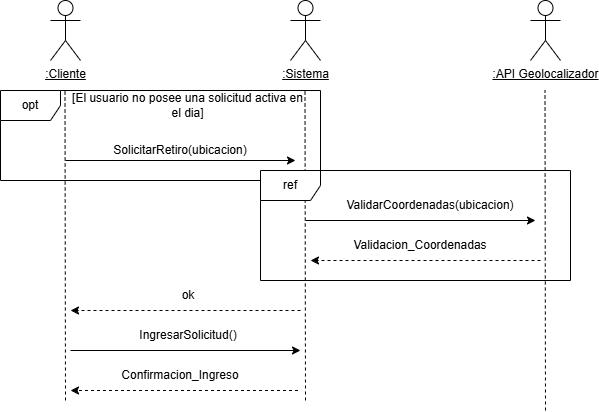
Before: Entrega1/Practica4(DSS)/DSS.drawio.png, a diagram exported from draw.io (MattelXD/Proyecto-Ingenieria-software-I). Source tidied: cells renumbered, new cells last; positions are measured from the earlier drawing's top-left corner, leaving out a move shared by most shapes. Its diagram source:
```xml
<mxGraphModel>
  <root>
    <mxCell id="0" />
    <mxCell id="1" parent="0" />
    <mxCell id="2" value="&lt;u&gt;:Cliente&lt;/u&gt;" style="shape=umlActor;verticalLabelPosition=bottom;verticalAlign=top;html=1;" parent="1" vertex="1">
      <mxGeometry x="50" width="30" height="60" as="geometry" />
    </mxCell>
    <mxCell id="3" value="&lt;u&gt;:Sistema&lt;/u&gt;" style="shape=umlActor;verticalLabelPosition=bottom;verticalAlign=top;html=1;" parent="1" vertex="1">
      <mxGeometry x="290" width="30" height="60" as="geometry" />
    </mxCell>
    <mxCell id="4" value="&lt;u&gt;:API Geolocalizador&lt;/u&gt;" style="shape=umlActor;verticalLabelPosition=bottom;verticalAlign=top;html=1;" parent="1" vertex="1">
      <mxGeometry x="530" width="30" height="60" as="geometry" />
    </mxCell>
    <mxCell id="5" style="endArrow=none;dashed=1;html=1;rounded=0;" parent="1" edge="1">
      <mxGeometry relative="1" as="geometry">
        <mxPoint x="65" y="400" as="sourcePoint" />
        <mxPoint x="64.5" y="90" as="targetPoint" />
      </mxGeometry>
    </mxCell>
    <mxCell id="6" style="endArrow=none;dashed=1;html=1;rounded=0;" parent="1" edge="1">
      <mxGeometry relative="1" as="geometry">
        <mxPoint x="305" y="400" as="sourcePoint" />
        <mxPoint x="304.5" y="90" as="targetPoint" />
      </mxGeometry>
    </mxCell>
    <mxCell id="7" style="endArrow=none;dashed=1;html=1;rounded=0;" parent="1" edge="1">
      <mxGeometry relative="1" as="geometry">
        <mxPoint x="545" y="410" as="sourcePoint" />
        <mxPoint x="544.5" y="90" as="targetPoint" />
      </mxGeometry>
    </mxCell>
    <mxCell id="8" style="endArrow=classic;html=1;rounded=0;" parent="1" edge="1">
      <mxGeometry relative="1" as="geometry">
        <mxPoint x="65" y="160" as="sourcePoint" />
        <mxPoint x="295" y="160" as="targetPoint" />
      </mxGeometry>
    </mxCell>
    <mxCell id="9" value="SolicitarRetiro(ubicacion)" style="text;html=1;whiteSpace=wrap;strokeColor=none;fillColor=none;align=center;verticalAlign=middle;rounded=0;" parent="1" vertex="1">
      <mxGeometry x="150" y="140" width="60" height="20" as="geometry" />
    </mxCell>
    <mxCell id="10" style="endArrow=classic;html=1;rounded=0;" parent="1" edge="1">
      <mxGeometry relative="1" as="geometry">
        <mxPoint x="305" y="220" as="sourcePoint" />
        <mxPoint x="535" y="220" as="targetPoint" />
      </mxGeometry>
    </mxCell>
    <mxCell id="11" value="ValidarCoordenadas(ubicacion)" style="text;html=1;whiteSpace=wrap;strokeColor=none;fillColor=none;align=center;verticalAlign=middle;rounded=0;" parent="1" vertex="1">
      <mxGeometry x="400" y="190" width="60" height="30" as="geometry" />
    </mxCell>
    <mxCell id="12" style="endArrow=classic;html=1;rounded=0;dashed=1;" parent="1" edge="1">
      <mxGeometry relative="1" as="geometry">
        <mxPoint x="540" y="260" as="sourcePoint" />
        <mxPoint x="310" y="260" as="targetPoint" />
      </mxGeometry>
    </mxCell>
    <mxCell id="13" value="Validacion_Coordenadas" style="text;html=1;whiteSpace=wrap;strokeColor=none;fillColor=none;align=center;verticalAlign=middle;rounded=0;" parent="1" vertex="1">
      <mxGeometry x="330" y="230" width="180" height="30" as="geometry" />
    </mxCell>
    <mxCell id="14" style="endArrow=classic;html=1;rounded=0;dashed=1;" parent="1" edge="1">
      <mxGeometry relative="1" as="geometry">
        <mxPoint x="300" y="310" as="sourcePoint" />
        <mxPoint x="70" y="310" as="targetPoint" />
      </mxGeometry>
    </mxCell>
    <mxCell id="15" value="ok" style="text;html=1;whiteSpace=wrap;strokeColor=none;fillColor=none;align=center;verticalAlign=middle;rounded=0;" parent="1" vertex="1">
      <mxGeometry x="157.5" y="280" width="60" height="30" as="geometry" />
    </mxCell>
    <mxCell id="16" style="endArrow=classic;html=1;rounded=0;" parent="1" edge="1">
      <mxGeometry relative="1" as="geometry">
        <mxPoint x="70" y="350" as="sourcePoint" />
        <mxPoint x="300" y="350" as="targetPoint" />
      </mxGeometry>
    </mxCell>
    <mxCell id="17" value="IngresarSolicitud()" style="text;html=1;whiteSpace=wrap;strokeColor=none;fillColor=none;align=center;verticalAlign=middle;rounded=0;" parent="1" vertex="1">
      <mxGeometry x="157.5" y="320" width="60" height="30" as="geometry" />
    </mxCell>
    <mxCell id="18" value="opt" style="shape=umlFrame;whiteSpace=wrap;html=1;" parent="1" vertex="1">
      <mxGeometry y="90" width="320" height="90" as="geometry" />
    </mxCell>
    <mxCell id="19" value="[El usuario no posee una solicitud activa en el dia]" style="text;html=1;whiteSpace=wrap;strokeColor=none;fillColor=none;align=center;verticalAlign=middle;rounded=0;" parent="1" vertex="1">
      <mxGeometry x="70" y="90" width="235" height="30" as="geometry" />
    </mxCell>
    <mxCell id="20" value="ref" style="shape=umlFrame;whiteSpace=wrap;html=1;" parent="1" vertex="1">
      <mxGeometry x="260" y="170" width="310" height="110" as="geometry" />
    </mxCell>
    <mxCell id="21" style="endArrow=classic;html=1;rounded=0;dashed=1;" parent="1" edge="1">
      <mxGeometry relative="1" as="geometry">
        <mxPoint x="297.5" y="390" as="sourcePoint" />
        <mxPoint x="70" y="390" as="targetPoint" />
      </mxGeometry>
    </mxCell>
    <mxCell id="22" value="Confirmacion_Ingreso" style="text;html=1;whiteSpace=wrap;strokeColor=none;fillColor=none;align=center;verticalAlign=middle;rounded=0;" parent="1" vertex="1">
      <mxGeometry x="150" y="360" width="60" height="30" as="geometry" />
    </mxCell>
  </root>
</mxGraphModel>
```
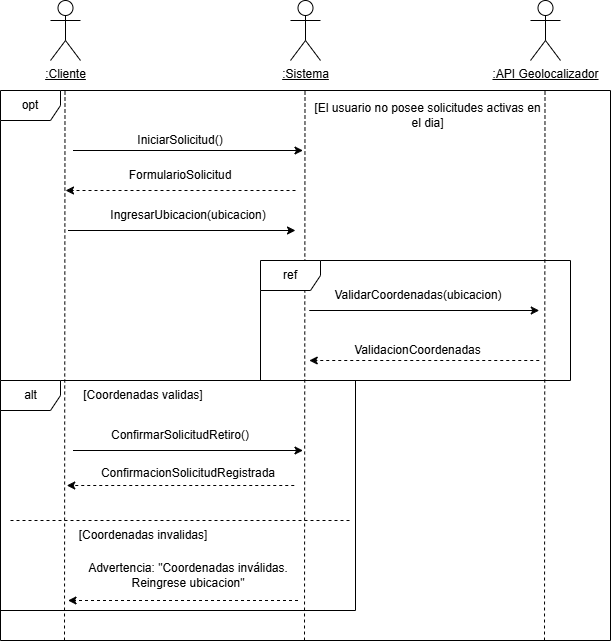
After the commit.

Commit message:
DSS actualizado ahora si

What changed in the source:
```diff
@@ -13,84 +13,117 @@
     </mxCell>
     <mxCell id="5" style="endArrow=none;dashed=1;html=1;rounded=0;" parent="1" edge="1">
       <mxGeometry relative="1" as="geometry">
-        <mxPoint x="65" y="400" as="sourcePoint" />
+        <mxPoint x="64" y="640" as="sourcePoint" />
         <mxPoint x="64.5" y="90" as="targetPoint" />
       </mxGeometry>
     </mxCell>
     <mxCell id="6" style="endArrow=none;dashed=1;html=1;rounded=0;" parent="1" edge="1">
       <mxGeometry relative="1" as="geometry">
-        <mxPoint x="305" y="400" as="sourcePoint" />
+        <mxPoint x="304" y="640" as="sourcePoint" />
         <mxPoint x="304.5" y="90" as="targetPoint" />
       </mxGeometry>
     </mxCell>
     <mxCell id="7" style="endArrow=none;dashed=1;html=1;rounded=0;" parent="1" edge="1">
       <mxGeometry relative="1" as="geometry">
-        <mxPoint x="545" y="410" as="sourcePoint" />
+        <mxPoint x="544" y="640" as="sourcePoint" />
         <mxPoint x="544.5" y="90" as="targetPoint" />
       </mxGeometry>
     </mxCell>
     <mxCell id="8" style="endArrow=classic;html=1;rounded=0;" parent="1" edge="1">
       <mxGeometry relative="1" as="geometry">
-        <mxPoint x="65" y="160" as="sourcePoint" />
-        <mxPoint x="295" y="160" as="targetPoint" />
+        <mxPoint x="72.5" y="150" as="sourcePoint" />
+        <mxPoint x="302.5" y="150" as="targetPoint" />
       </mxGeometry>
     </mxCell>
-    <mxCell id="9" value="SolicitarRetiro(ubicacion)" style="text;html=1;whiteSpace=wrap;strokeColor=none;fillColor=none;align=center;verticalAlign=middle;rounded=0;" parent="1" vertex="1">
-      <mxGeometry x="150" y="140" width="60" height="20" as="geometry" />
+    <mxCell id="9" value="IniciarSolicitud()" style="text;html=1;whiteSpace=wrap;strokeColor=none;fillColor=none;align=center;verticalAlign=middle;rounded=0;" parent="1" vertex="1">
+      <mxGeometry x="150" y="130" width="60" height="20" as="geometry" />
     </mxCell>
     <mxCell id="10" style="endArrow=classic;html=1;rounded=0;" parent="1" edge="1">
       <mxGeometry relative="1" as="geometry">
-        <mxPoint x="305" y="220" as="sourcePoint" />
-        <mxPoint x="535" y="220" as="targetPoint" />
+        <mxPoint x="308.8" y="310" as="sourcePoint" />
+        <mxPoint x="538.8" y="310" as="targetPoint" />
       </mxGeometry>
     </mxCell>
     <mxCell id="11" value="ValidarCoordenadas(ubicacion)" style="text;html=1;whiteSpace=wrap;strokeColor=none;fillColor=none;align=center;verticalAlign=middle;rounded=0;" parent="1" vertex="1">
-      <mxGeometry x="400" y="190" width="60" height="30" as="geometry" />
+      <mxGeometry x="387.5" y="280" width="60" height="30" as="geometry" />
     </mxCell>
     <mxCell id="12" style="endArrow=classic;html=1;rounded=0;dashed=1;" parent="1" edge="1">
       <mxGeometry relative="1" as="geometry">
-        <mxPoint x="540" y="260" as="sourcePoint" />
-        <mxPoint x="310" y="260" as="targetPoint" />
+        <mxPoint x="538.8" y="360" as="sourcePoint" />
+        <mxPoint x="308.8" y="360" as="targetPoint" />
       </mxGeometry>
     </mxCell>
-    <mxCell id="13" value="Validacion_Coordenadas" style="text;html=1;whiteSpace=wrap;strokeColor=none;fillColor=none;align=center;verticalAlign=middle;rounded=0;" parent="1" vertex="1">
-      <mxGeometry x="330" y="230" width="180" height="30" as="geometry" />
+    <mxCell id="13" value="&lt;div&gt;ValidacionCoordenadas&lt;/div&gt;" style="text;html=1;whiteSpace=wrap;strokeColor=none;fillColor=none;align=center;verticalAlign=middle;rounded=0;" parent="1" vertex="1">
+      <mxGeometry x="275" y="340" width="285" height="20" as="geometry" />
     </mxCell>
-    <mxCell id="14" style="endArrow=classic;html=1;rounded=0;dashed=1;" parent="1" edge="1">
-      <mxGeometry relative="1" as="geometry">
-        <mxPoint x="300" y="310" as="sourcePoint" />
-        <mxPoint x="70" y="310" as="targetPoint" />
-      </mxGeometry>
-    </mxCell>
-    <mxCell id="15" value="ok" style="text;html=1;whiteSpace=wrap;strokeColor=none;fillColor=none;align=center;verticalAlign=middle;rounded=0;" parent="1" vertex="1">
-      <mxGeometry x="157.5" y="280" width="60" height="30" as="geometry" />
-    </mxCell>
     <mxCell id="16" style="endArrow=classic;html=1;rounded=0;" parent="1" edge="1">
       <mxGeometry relative="1" as="geometry">
-        <mxPoint x="70" y="350" as="sourcePoint" />
-        <mxPoint x="300" y="350" as="targetPoint" />
+        <mxPoint x="72.5" y="450" as="sourcePoint" />
+        <mxPoint x="302.5" y="450" as="targetPoint" />
       </mxGeometry>
     </mxCell>
-    <mxCell id="17" value="IngresarSolicitud()" style="text;html=1;whiteSpace=wrap;strokeColor=none;fillColor=none;align=center;verticalAlign=middle;rounded=0;" parent="1" vertex="1">
-      <mxGeometry x="157.5" y="320" width="60" height="30" as="geometry" />
+    <mxCell id="17" value="ConfirmarSolicitudRetiro()" style="text;html=1;whiteSpace=wrap;strokeColor=none;fillColor=none;align=center;verticalAlign=middle;rounded=0;" parent="1" vertex="1">
+      <mxGeometry x="150" y="420" width="60" height="30" as="geometry" />
     </mxCell>
     <mxCell id="18" value="opt" style="shape=umlFrame;whiteSpace=wrap;html=1;" parent="1" vertex="1">
-      <mxGeometry y="90" width="320" height="90" as="geometry" />
+      <mxGeometry y="90" width="610" height="550" as="geometry" />
     </mxCell>
-    <mxCell id="19" value="[El usuario no posee una solicitud activa en el dia]" style="text;html=1;whiteSpace=wrap;strokeColor=none;fillColor=none;align=center;verticalAlign=middle;rounded=0;" parent="1" vertex="1">
-      <mxGeometry x="70" y="90" width="235" height="30" as="geometry" />
+    <mxCell id="19" value="[El usuario no posee solicitudes activas en el dia]" style="text;html=1;whiteSpace=wrap;strokeColor=none;fillColor=none;align=center;verticalAlign=middle;rounded=0;" parent="1" vertex="1">
+      <mxGeometry x="310" y="100" width="235" height="30" as="geometry" />
     </mxCell>
     <mxCell id="20" value="ref" style="shape=umlFrame;whiteSpace=wrap;html=1;" parent="1" vertex="1">
-      <mxGeometry x="260" y="170" width="310" height="110" as="geometry" />
+      <mxGeometry x="260" y="260" width="310" height="120" as="geometry" />
     </mxCell>
     <mxCell id="21" style="endArrow=classic;html=1;rounded=0;dashed=1;" parent="1" edge="1">
       <mxGeometry relative="1" as="geometry">
-        <mxPoint x="297.5" y="390" as="sourcePoint" />
-        <mxPoint x="70" y="390" as="targetPoint" />
+        <mxPoint x="293.8" y="485" as="sourcePoint" />
+        <mxPoint x="66.2" y="485" as="targetPoint" />
       </mxGeometry>
     </mxCell>
-    <mxCell id="22" value="Confirmacion_Ingreso" style="text;html=1;whiteSpace=wrap;strokeColor=none;fillColor=none;align=center;verticalAlign=middle;rounded=0;" parent="1" vertex="1">
-      <mxGeometry x="150" y="360" width="60" height="30" as="geometry" />
+    <mxCell id="22" value="ConfirmacionSolicitudRegistrada" style="text;html=1;whiteSpace=wrap;strokeColor=none;fillColor=none;align=center;verticalAlign=middle;rounded=0;" parent="1" vertex="1">
+      <mxGeometry x="157.5" y="460" width="60" height="25" as="geometry" />
     </mxCell>
+    <mxCell id="23" style="endArrow=classic;html=1;rounded=0;dashed=1;" parent="1" edge="1">
+      <mxGeometry relative="1" as="geometry">
+        <mxPoint x="295" y="190" as="sourcePoint" />
+        <mxPoint x="65" y="190" as="targetPoint" />
+      </mxGeometry>
+    </mxCell>
+    <mxCell id="24" value="FormularioSolicitud" style="text;html=1;whiteSpace=wrap;strokeColor=none;fillColor=none;align=center;verticalAlign=middle;rounded=0;" parent="1" vertex="1">
+      <mxGeometry x="150" y="160" width="60" height="30" as="geometry" />
+    </mxCell>
+    <mxCell id="25" style="endArrow=classic;html=1;rounded=0;" parent="1" edge="1">
+      <mxGeometry relative="1" as="geometry">
+        <mxPoint x="67.5" y="230" as="sourcePoint" />
+        <mxPoint x="295" y="230" as="targetPoint" />
+      </mxGeometry>
+    </mxCell>
+    <mxCell id="26" value="IngresarUbicacion(ubicacion)" style="text;html=1;whiteSpace=wrap;strokeColor=none;fillColor=none;align=center;verticalAlign=middle;rounded=0;" parent="1" vertex="1">
+      <mxGeometry x="157.5" y="200" width="60" height="30" as="geometry" />
+    </mxCell>
+    <mxCell id="27" value="alt" style="shape=umlFrame;whiteSpace=wrap;html=1;" parent="1" vertex="1">
+      <mxGeometry y="380" width="355" height="230" as="geometry" />
+    </mxCell>
+    <mxCell id="28" value="[Coordenadas validas]" style="text;html=1;whiteSpace=wrap;strokeColor=none;fillColor=none;align=center;verticalAlign=middle;rounded=0;" parent="1" vertex="1">
+      <mxGeometry x="67.5" y="380" width="150" height="30" as="geometry" />
+    </mxCell>
+    <mxCell id="29" style="endArrow=none;dashed=1;html=1;rounded=0;" parent="1" edge="1">
+      <mxGeometry relative="1" as="geometry">
+        <mxPoint x="10" y="520" as="sourcePoint" />
+        <mxPoint x="350" y="520" as="targetPoint" />
+      </mxGeometry>
+    </mxCell>
+    <mxCell id="30" value="[Coordenadas invalidas]" style="text;html=1;whiteSpace=wrap;strokeColor=none;fillColor=none;align=center;verticalAlign=middle;rounded=0;" parent="1" vertex="1">
+      <mxGeometry x="62.5" y="520" width="160" height="30" as="geometry" />
+    </mxCell>
+    <mxCell id="31" style="endArrow=classic;html=1;rounded=0;dashed=1;" parent="1" edge="1">
+      <mxGeometry relative="1" as="geometry">
+        <mxPoint x="297.5" y="600" as="sourcePoint" />
+        <mxPoint x="67.5" y="600" as="targetPoint" />
+      </mxGeometry>
+    </mxCell>
+    <mxCell id="32" value="Advertencia: &quot;Coordenadas inválidas. Reingrese ubicacion&quot;" style="text;html=1;whiteSpace=wrap;strokeColor=none;fillColor=none;align=center;verticalAlign=middle;rounded=0;" parent="1" vertex="1">
+      <mxGeometry x="72.5" y="560" width="230" height="30" as="geometry" />
+    </mxCell>
   </root>
 </mxGraphModel>
```
